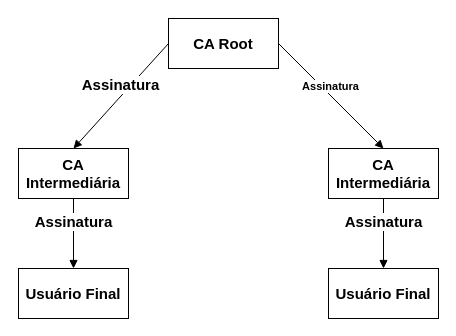
Earlier version of the draw.io diagram pki/img/ca.drawio (abreuferr/criptografia). Source tidied: cells renumbered, new cells numbered last; positions are measured from the earlier drawing's top-left corner, leaving out a move shared by most shapes. Both pictures are drawn from the tidied source at 100%, with x=0, y=0 at pixel (18, 18).
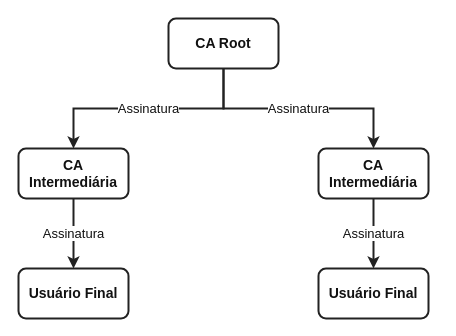
After the change.

Change to the diagram source:
```diff
@@
-<mxGraphModel>
+<mxGraphModel background="#ffffff">
   <root>
     <mxCell id="0" />
     <mxCell id="1" parent="0" />
-    <mxCell id="2" value="&lt;b&gt;&lt;font style=&quot;font-size: 15px;&quot;&gt;CA Root&lt;/font&gt;&lt;/b&gt;" style="html=1;whiteSpace=wrap;" parent="1" vertex="1">
+    <mxCell id="2" value="&lt;b&gt;CA Root&lt;/b&gt;" style="rounded=1;whiteSpace=wrap;html=1;fillColor=#ffffff;strokeColor=#222222;strokeWidth=2;fontColor=#111111;fontSize=14;align=center;verticalAlign=middle;fontFamily=Helvetica;" parent="1" vertex="1">
       <mxGeometry x="150" width="110" height="50" as="geometry" />
     </mxCell>
-    <mxCell id="3" value="&lt;b&gt;&lt;font style=&quot;font-size: 15px;&quot;&gt;CA Intermediária&lt;/font&gt;&lt;/b&gt;" style="html=1;whiteSpace=wrap;" parent="1" vertex="1">
-      <mxGeometry y="130" width="110" height="50" as="geometry" />
-    </mxCell>
-    <mxCell id="4" value="&lt;b&gt;&lt;font style=&quot;font-size: 15px;&quot;&gt;CA Intermediária&lt;/font&gt;&lt;/b&gt;" style="html=1;whiteSpace=wrap;" parent="1" vertex="1">
-      <mxGeometry x="310" y="130" width="110" height="50" as="geometry" />
-    </mxCell>
-    <mxCell id="5" value="&lt;b&gt;&lt;font style=&quot;font-size: 15px;&quot;&gt;Usuário Final&lt;/font&gt;&lt;/b&gt;" style="html=1;whiteSpace=wrap;" parent="1" vertex="1">
-      <mxGeometry y="250" width="110" height="50" as="geometry" />
-    </mxCell>
-    <mxCell id="6" value="&lt;b&gt;&lt;font style=&quot;font-size: 15px;&quot;&gt;Usuário Final&lt;/font&gt;&lt;/b&gt;" style="html=1;whiteSpace=wrap;" parent="1" vertex="1">
-      <mxGeometry x="310" y="250" width="110" height="50" as="geometry" />
-    </mxCell>
-    <mxCell id="7" value="&lt;b&gt;&lt;font style=&quot;font-size: 15px;&quot;&gt;Assinatura&lt;/font&gt;&lt;/b&gt;" style="html=1;verticalAlign=bottom;endArrow=block;curved=0;rounded=0;exitX=0.5;exitY=1;exitDx=0;exitDy=0;" parent="1" edge="1" source="3" target="5">
-      <mxGeometry relative="1" as="geometry" />
-    </mxCell>
-    <mxCell id="8" value="&lt;b&gt;&lt;font style=&quot;font-size: 15px;&quot;&gt;Assinatura&lt;/font&gt;&lt;/b&gt;" style="html=1;verticalAlign=bottom;endArrow=block;curved=0;rounded=0;exitX=0.5;exitY=1;exitDx=0;exitDy=0;entryX=0.5;entryY=0;entryDx=0;entryDy=0;" parent="1" edge="1" source="4" target="6">
-      <mxGeometry relative="1" as="geometry" />
-    </mxCell>
-    <mxCell id="9" value="&lt;b&gt;&lt;font style=&quot;font-size: 15px;&quot;&gt;Assinatura&lt;/font&gt;&lt;/b&gt;" style="html=1;verticalAlign=bottom;endArrow=block;curved=0;rounded=0;exitX=0;exitY=0.5;exitDx=0;exitDy=0;entryX=0.5;entryY=0;entryDx=0;entryDy=0;" parent="1" edge="1" source="2" target="3">
-      <mxGeometry relative="1" as="geometry" />
-    </mxCell>
-    <mxCell id="10" value="&lt;b&gt;Assinatura&lt;/b&gt;" style="html=1;verticalAlign=bottom;endArrow=block;curved=0;rounded=0;exitX=1;exitY=0.5;exitDx=0;exitDy=0;entryX=0.5;entryY=0;entryDx=0;entryDy=0;" parent="1" edge="1" source="2" target="4">
-      <mxGeometry relative="1" as="geometry" />
-    </mxCell>
+    <mxCell id="11" value="&lt;b&gt;CA Intermediária&lt;/b&gt;" style="rounded=1;whiteSpace=wrap;html=1;fillColor=#ffffff;strokeColor=#222222;strokeWidth=2;fontColor=#111111;fontSize=14;align=center;verticalAlign=middle;fontFamily=Helvetica;" parent="1" vertex="1">
+      <mxGeometry y="130" width="110" height="50" as="geometry" />
+    </mxCell>
+    <mxCell id="12" value="&lt;b&gt;CA Intermediária&lt;/b&gt;" style="rounded=1;whiteSpace=wrap;html=1;fillColor=#ffffff;strokeColor=#222222;strokeWidth=2;fontColor=#111111;fontSize=14;align=center;verticalAlign=middle;fontFamily=Helvetica;" parent="1" vertex="1">
+      <mxGeometry x="300" y="130" width="110" height="50" as="geometry" />
+    </mxCell>
+    <mxCell id="13" value="&lt;b&gt;Usuário Final&lt;/b&gt;" style="rounded=1;whiteSpace=wrap;html=1;fillColor=#ffffff;strokeColor=#222222;strokeWidth=2;fontColor=#111111;fontSize=14;align=center;verticalAlign=middle;fontFamily=Helvetica;" parent="1" vertex="1">
+      <mxGeometry y="250" width="110" height="50" as="geometry" />
+    </mxCell>
+    <mxCell id="14" value="&lt;b&gt;Usuário Final&lt;/b&gt;" style="rounded=1;whiteSpace=wrap;html=1;fillColor=#ffffff;strokeColor=#222222;strokeWidth=2;fontColor=#111111;fontSize=14;align=center;verticalAlign=middle;fontFamily=Helvetica;" parent="1" vertex="1">
+      <mxGeometry x="300" y="250" width="110" height="50" as="geometry" />
+    </mxCell>
+    <mxCell id="15" value="Assinatura" style="edgeStyle=orthogonalEdgeStyle;rounded=0;jettySize=auto;html=1;strokeColor=#222222;strokeWidth=2;endArrow=classic;endFill=1;fontColor=#111111;fontSize=13;fontFamily=Helvetica;exitX=0.5;exitY=1;entryX=0.5;entryY=0;" parent="1" edge="1" source="2" target="11">
+      <mxGeometry relative="1" as="geometry" />
+    </mxCell>
+    <mxCell id="16" value="Assinatura" style="edgeStyle=orthogonalEdgeStyle;rounded=0;jettySize=auto;html=1;strokeColor=#222222;strokeWidth=2;endArrow=classic;endFill=1;fontColor=#111111;fontSize=13;fontFamily=Helvetica;exitX=0.5;exitY=1;entryX=0.5;entryY=0;" parent="1" edge="1" source="2" target="12">
+      <mxGeometry relative="1" as="geometry" />
+    </mxCell>
+    <mxCell id="17" value="Assinatura" style="edgeStyle=orthogonalEdgeStyle;rounded=0;jettySize=auto;html=1;strokeColor=#222222;strokeWidth=2;endArrow=classic;endFill=1;fontColor=#111111;fontSize=13;fontFamily=Helvetica;exitX=0.5;exitY=1;entryX=0.5;entryY=0;" parent="1" edge="1" source="11" target="13">
+      <mxGeometry relative="1" as="geometry" />
+    </mxCell>
+    <mxCell id="18" value="Assinatura" style="edgeStyle=orthogonalEdgeStyle;rounded=0;jettySize=auto;html=1;strokeColor=#222222;strokeWidth=2;endArrow=classic;endFill=1;fontColor=#111111;fontSize=13;fontFamily=Helvetica;exitX=0.5;exitY=1;entryX=0.5;entryY=0;" parent="1" edge="1" source="12" target="14">
+      <mxGeometry relative="1" as="geometry" />
+    </mxCell>
   </root>
 </mxGraphModel>
```
